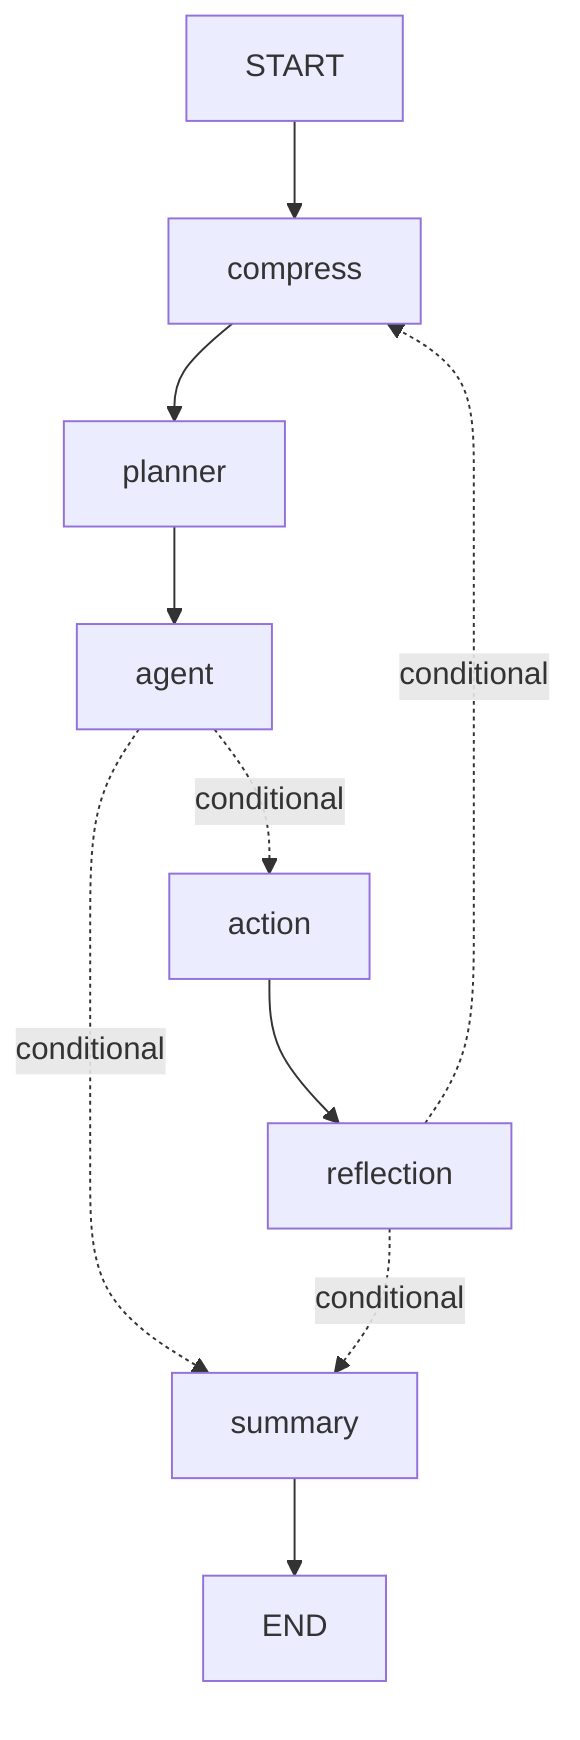
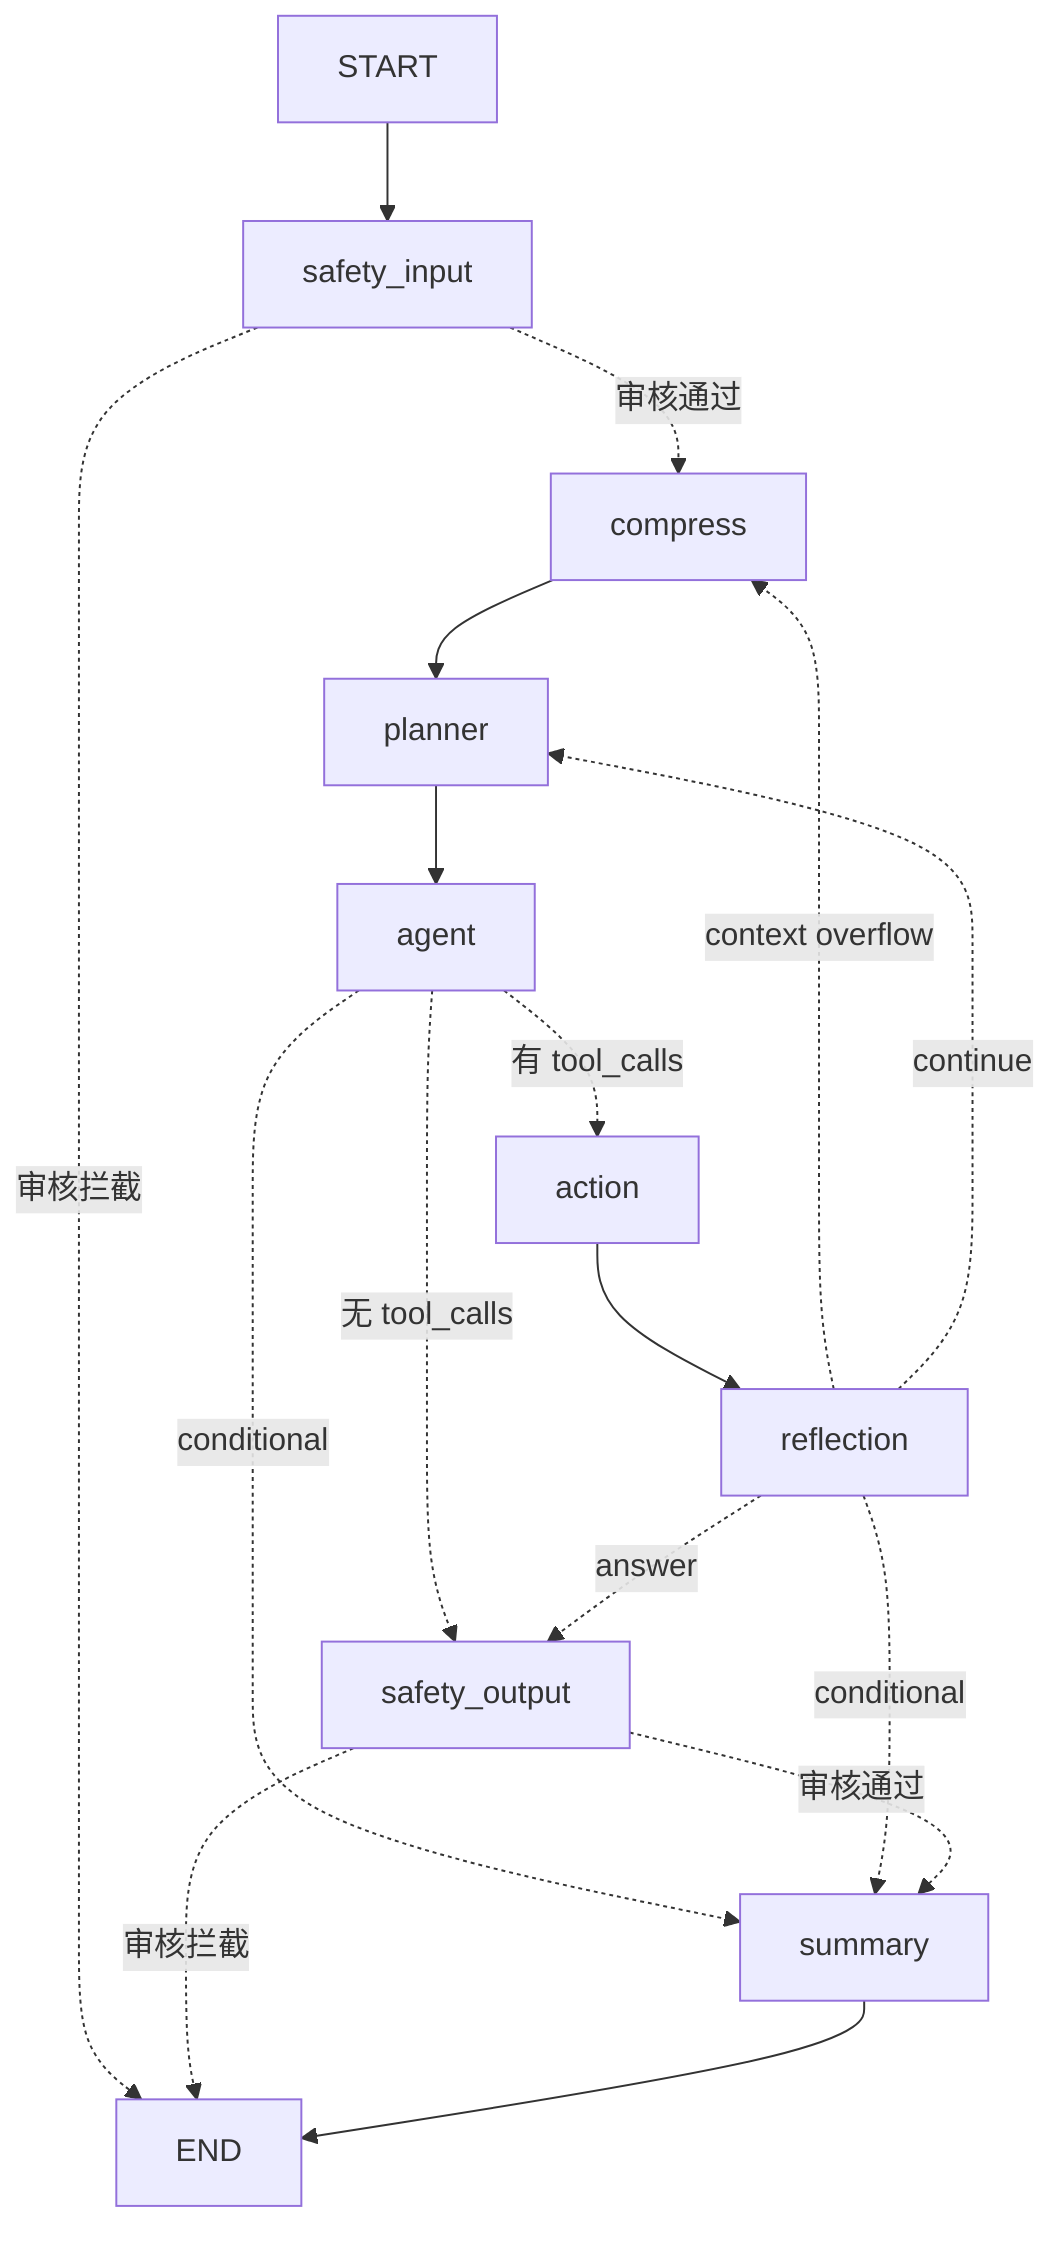
flowchart TD
    internal_start["START"]
+     safety_input["safety_input"]
    compress["compress"]
    planner["planner"]
    agent["agent"]
    action["action"]
    reflection["reflection"]
+     safety_output["safety_output"]
    summary["summary"]
    internal_end["END"]
-     internal_start --> compress
+     internal_start --> safety_input
    action --> reflection
-     agent -. "conditional" .-> action
+     agent -. "有 tool_calls" .-> action
+     agent -. "无 tool_calls" .-> safety_output
    agent -. "conditional" .-> summary
    compress --> planner
    planner --> agent
-     reflection -. "conditional" .-> compress
+     reflection -. "context overflow" .-> compress
+     reflection -. "continue" .-> planner
+     reflection -. "answer" .-> safety_output
    reflection -. "conditional" .-> summary
+     safety_input -. "审核拦截" .-> internal_end
+     safety_input -. "审核通过" .-> compress
+     safety_output -. "审核拦截" .-> internal_end
+     safety_output -. "审核通过" .-> summary
    summary --> internal_end
